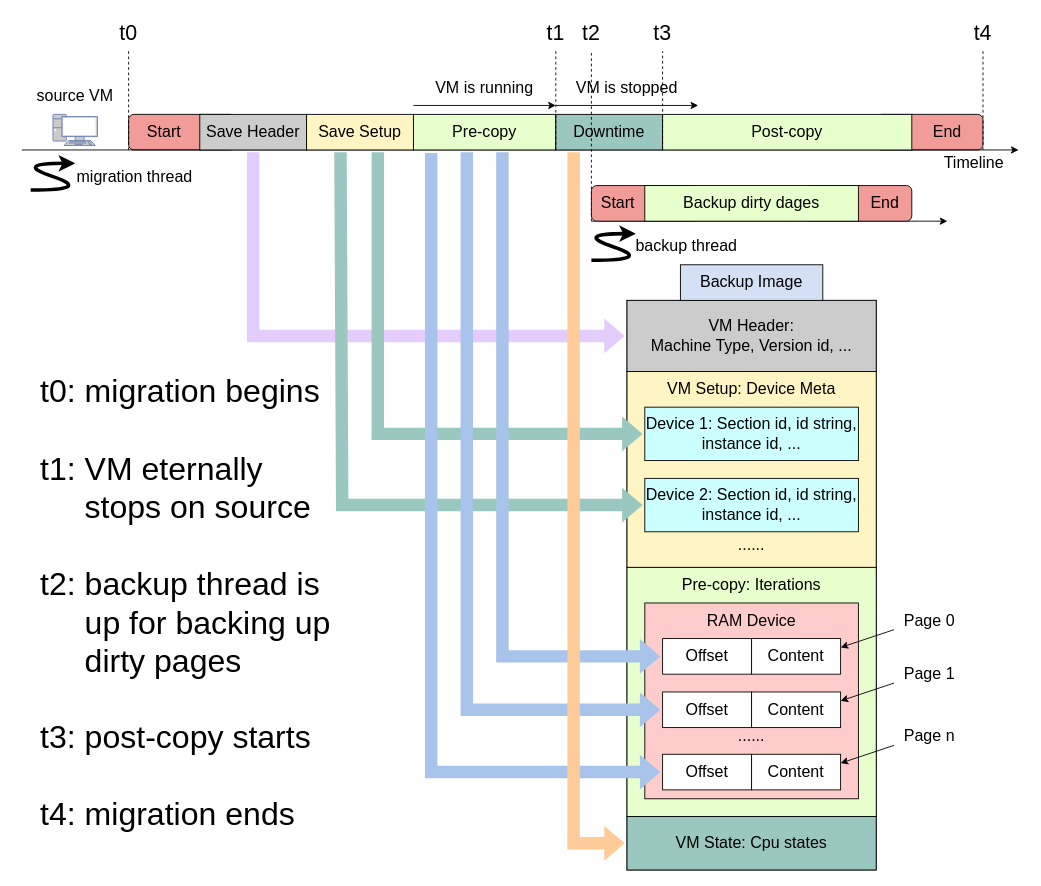
This is qemu-migration/final/backup img + replay.drawio from xuyizhe1999/drawio, a draw.io file, before an edit. Source tidied: cells renumbered, new cells numbered last; positions are measured from the earlier drawing's top-left corner, leaving out a move shared by most shapes. Both pictures are drawn from the tidied source at 89%, with x=0, y=0 at pixel (12, 15).
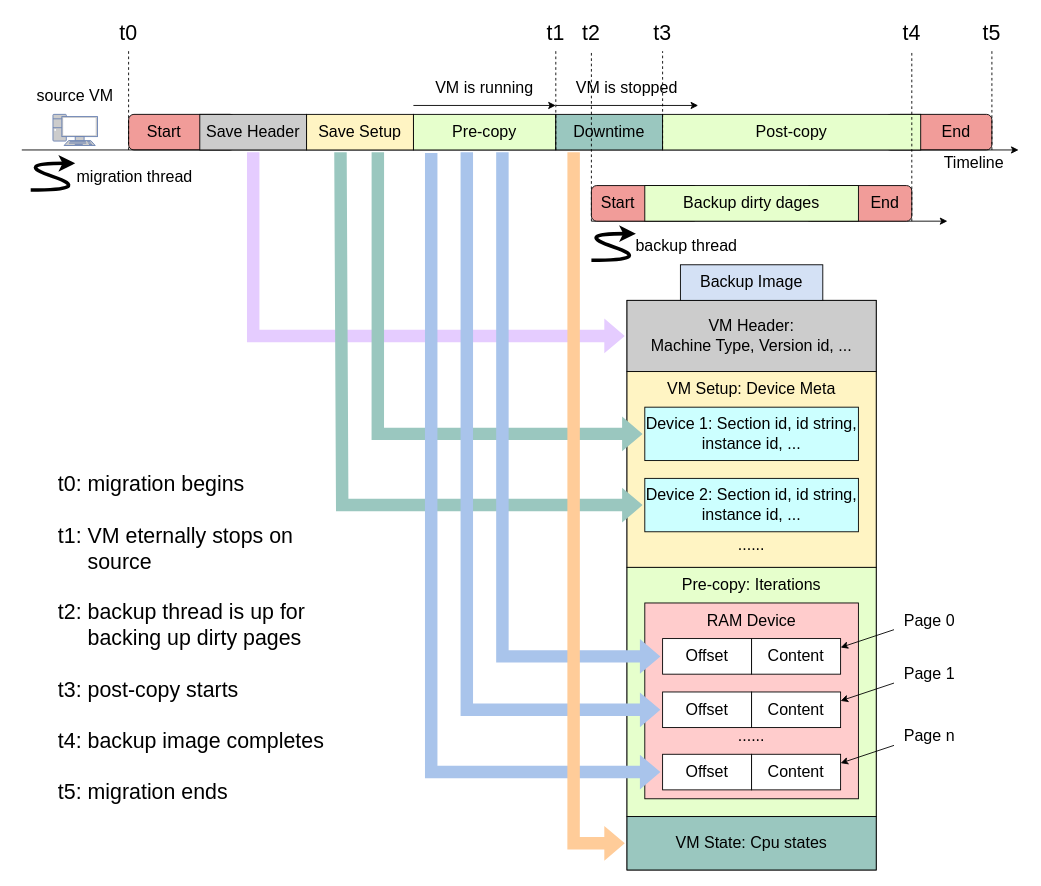
The same page after the edit.

Diff of the diagram source:
```diff
@@
     <mxCell id="3" style="rounded=1;whiteSpace=wrap;html=1;fontSize=18;fillColor=#F19C99;" parent="1" vertex="1">
-      <mxGeometry x="970" y="111" width="120" height="40" as="geometry" />
+      <mxGeometry x="980" y="111" width="120" height="40" as="geometry" />
     </mxCell>
@@
     <mxCell id="9" value="Post-copy" style="rounded=0;whiteSpace=wrap;html=1;fontSize=18;fillColor=#E6FFCC;" parent="1" vertex="1">
-      <mxGeometry x="730" y="111" width="280" height="40" as="geometry" />
+      <mxGeometry x="730" y="111" width="290" height="40" as="geometry" />
     </mxCell>
     <mxCell id="10" value="&lt;font style=&quot;font-size: 18px;&quot;&gt;End&lt;/font&gt;" style="text;html=1;strokeColor=none;fillColor=none;align=center;verticalAlign=middle;whiteSpace=wrap;rounded=0;" parent="1" vertex="1">
-      <mxGeometry x="1020" y="116" width="60" height="30" as="geometry" />
+      <mxGeometry x="1030" y="116" width="60" height="30" as="geometry" />
     </mxCell>
@@
     <mxCell id="64" style="endArrow=none;html=1;rounded=0;dashed=1;" parent="1" edge="1">
       <mxGeometry relative="1" as="geometry">
-        <mxPoint x="1090" y="151" as="sourcePoint" />
-        <mxPoint x="1090" y="40" as="targetPoint" />
+        <mxPoint x="1100" y="151" as="sourcePoint" />
+        <mxPoint x="1100" y="40" as="targetPoint" />
       </mxGeometry>
     </mxCell>
@@
-    <mxCell id="70" value="&lt;div style=&quot;text-align: left;&quot;&gt;&lt;font style=&quot;font-size: 36px;&quot;&gt;t0: migration begins&lt;/font&gt;&lt;/div&gt;&lt;div style=&quot;text-align: left;&quot;&gt;&lt;font style=&quot;font-size: 36px;&quot;&gt;&lt;br&gt;&lt;/font&gt;&lt;/div&gt;&lt;div style=&quot;text-align: left;&quot;&gt;&lt;font style=&quot;font-size: 36px;&quot;&gt;&lt;div style=&quot;&quot;&gt;t1: VM eternally&amp;nbsp; &amp;nbsp; &amp;nbsp; &amp;nbsp; &amp;nbsp; &amp;nbsp; &amp;nbsp;stops on source&lt;/div&gt;&lt;div style=&quot;&quot;&gt;&lt;br&gt;&lt;/div&gt;&lt;div style=&quot;&quot;&gt;t2: backup thread is&amp;nbsp; &amp;nbsp; &amp;nbsp; &amp;nbsp;up for backing up&amp;nbsp; &amp;nbsp; &amp;nbsp; &amp;nbsp;dirty pages&lt;/div&gt;&lt;div style=&quot;&quot;&gt;&lt;br&gt;&lt;/div&gt;&lt;div style=&quot;&quot;&gt;t3: post-copy starts&lt;/div&gt;&lt;div style=&quot;&quot;&gt;&lt;br&gt;&lt;/div&gt;&lt;div style=&quot;&quot;&gt;t4: migration ends&lt;/div&gt;&lt;/font&gt;&lt;/div&gt;" style="text;html=1;strokeColor=none;fillColor=none;align=center;verticalAlign=middle;whiteSpace=wrap;rounded=0;" parent="1" vertex="1">
-      <mxGeometry x="30" y="400" width="340" height="520" as="geometry" />
+    <mxCell id="70" value="&lt;div style=&quot;text-align: left;&quot;&gt;&lt;font style=&quot;font-size: 24px;&quot;&gt;t0: migration begins&lt;/font&gt;&lt;/div&gt;&lt;div style=&quot;text-align: left;&quot;&gt;&lt;font style=&quot;font-size: 24px;&quot;&gt;&lt;br&gt;&lt;/font&gt;&lt;/div&gt;&lt;div style=&quot;text-align: left;&quot;&gt;&lt;font style=&quot;font-size: 24px;&quot;&gt;&lt;div style=&quot;&quot;&gt;t1: VM eternally stops on&amp;nbsp; &amp;nbsp; &amp;nbsp; &amp;nbsp; &amp;nbsp; &amp;nbsp; &amp;nbsp; &amp;nbsp; &amp;nbsp;source&lt;/div&gt;&lt;div style=&quot;&quot;&gt;&lt;br&gt;&lt;/div&gt;&lt;div style=&quot;&quot;&gt;t2: backup thread is up for&amp;nbsp; &amp;nbsp; &amp;nbsp; &amp;nbsp; &amp;nbsp; &amp;nbsp; &amp;nbsp; &amp;nbsp;backing up dirty pages&lt;/div&gt;&lt;div style=&quot;&quot;&gt;&lt;br&gt;&lt;/div&gt;&lt;div style=&quot;&quot;&gt;t3: post-copy starts&lt;/div&gt;&lt;div style=&quot;&quot;&gt;&lt;br&gt;&lt;/div&gt;&lt;div style=&quot;&quot;&gt;t4: backup image completes&lt;/div&gt;&lt;div style=&quot;&quot;&gt;&lt;br&gt;&lt;/div&gt;&lt;div style=&quot;&quot;&gt;t5: migration ends&lt;/div&gt;&lt;/font&gt;&lt;/div&gt;" style="text;html=1;strokeColor=none;fillColor=none;align=center;verticalAlign=middle;whiteSpace=wrap;rounded=0;" parent="1" vertex="1">
+      <mxGeometry x="50" y="480" width="340" height="440" as="geometry" />
     </mxCell>
@@
-    <mxCell id="72" value="&lt;span style=&quot;font-size: 24px;&quot;&gt;t4&lt;/span&gt;" style="text;html=1;strokeColor=none;fillColor=none;align=center;verticalAlign=middle;whiteSpace=wrap;rounded=0;" parent="1" vertex="1">
-      <mxGeometry x="1070" width="40" height="40" as="geometry" />
+    <mxCell id="72" value="&lt;span style=&quot;font-size: 24px;&quot;&gt;t5&lt;/span&gt;" style="text;html=1;strokeColor=none;fillColor=none;align=center;verticalAlign=middle;whiteSpace=wrap;rounded=0;" parent="1" vertex="1">
+      <mxGeometry x="1080" width="40" height="40" as="geometry" />
     </mxCell>
+    <mxCell id="73" style="endArrow=none;html=1;rounded=0;dashed=1;" parent="1" edge="1">
+      <mxGeometry relative="1" as="geometry">
+        <mxPoint x="1010" y="231" as="sourcePoint" />
+        <mxPoint x="1010" y="40" as="targetPoint" />
+      </mxGeometry>
+    </mxCell>
+    <mxCell id="74" value="&lt;span style=&quot;font-size: 24px;&quot;&gt;t4&lt;/span&gt;" style="text;html=1;strokeColor=none;fillColor=none;align=center;verticalAlign=middle;whiteSpace=wrap;rounded=0;" parent="1" vertex="1">
+      <mxGeometry x="990" width="40" height="40" as="geometry" />
+    </mxCell>
```
